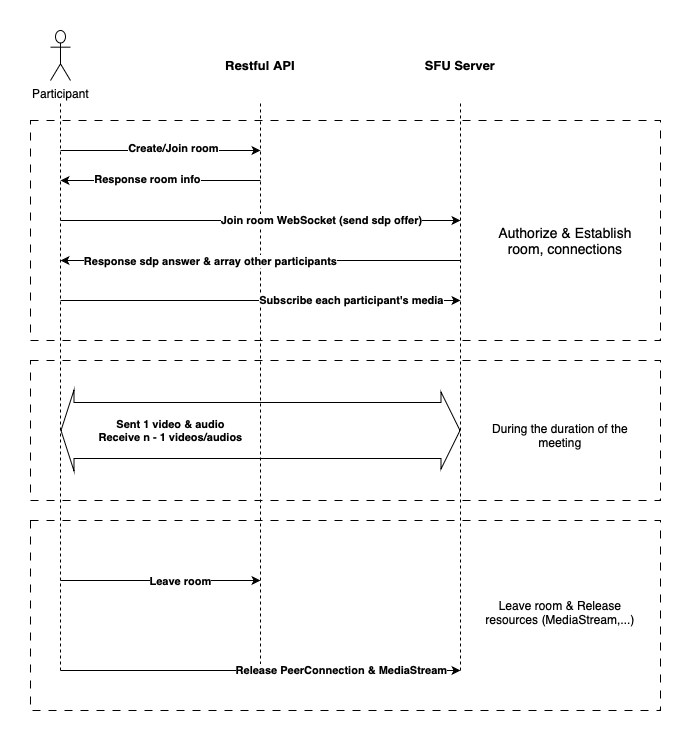
Above: screenshots/waterbus-diagram.png in waterbustech/waterbus (draw.io), before the change. Source tidied: cells renumbered, new cells last; positions are measured from the earlier drawing's top-left corner, leaving out a move shared by most shapes.
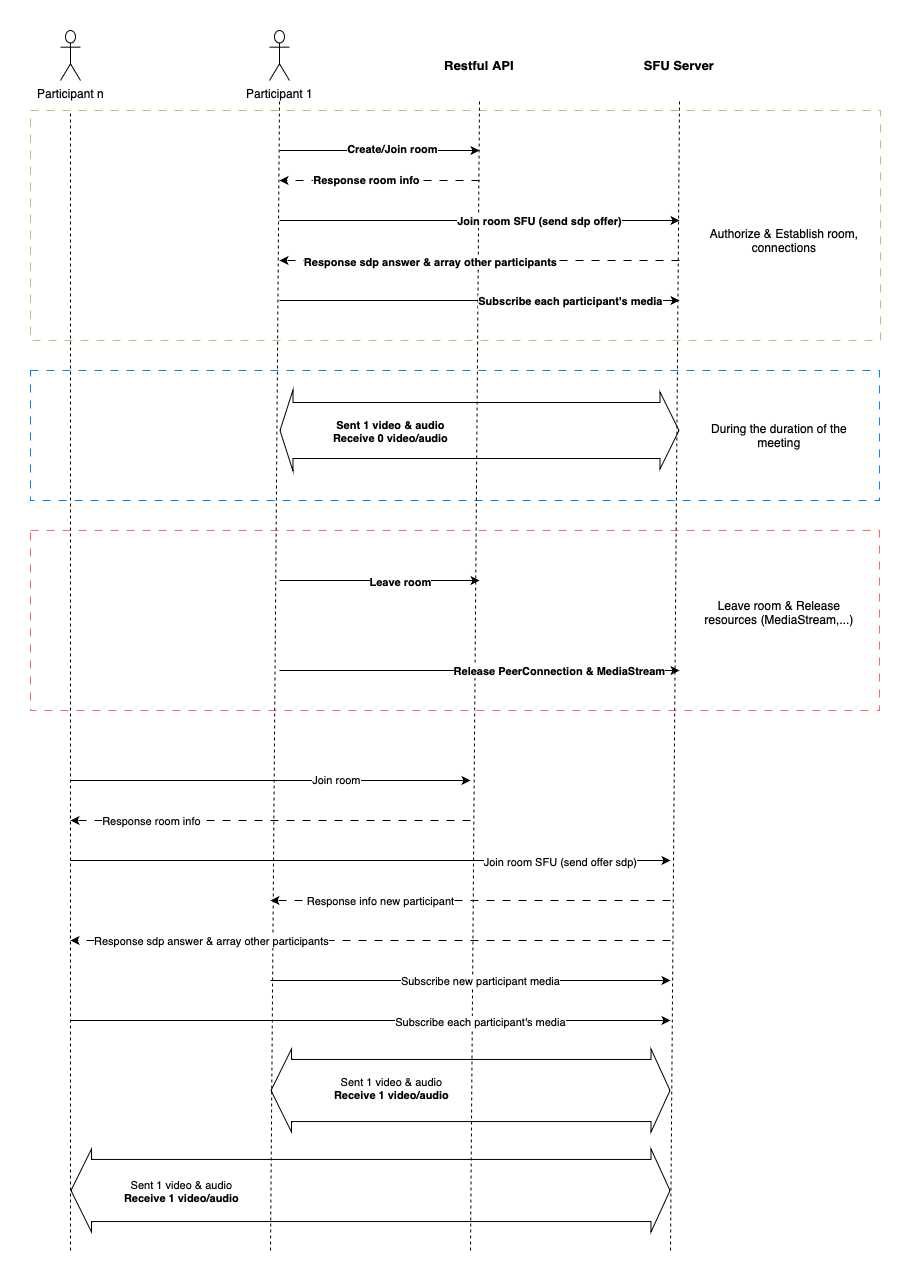
The same diagram one commit later.

The edit, as a diff of the source:
```diff
@@ -2,14 +2,14 @@
   <root>
     <mxCell id="0" />
     <mxCell id="1" parent="0" />
-    <mxCell id="2" style="rounded=0;whiteSpace=wrap;html=1;dashed=1;dashPattern=8 8;" parent="1" vertex="1">
-      <mxGeometry y="490" width="630" height="190" as="geometry" />
+    <mxCell id="2" style="rounded=0;whiteSpace=wrap;html=1;dashed=1;dashPattern=8 8;strokeColor=#FF6666;" parent="1" vertex="1">
+      <mxGeometry x="-219" y="500" width="849" height="180" as="geometry" />
     </mxCell>
-    <mxCell id="3" style="rounded=0;whiteSpace=wrap;html=1;dashed=1;dashPattern=8 8;" parent="1" vertex="1">
-      <mxGeometry y="330" width="630" height="140" as="geometry" />
+    <mxCell id="3" style="rounded=0;whiteSpace=wrap;html=1;dashed=1;dashPattern=8 8;strokeColor=#007FFF;" parent="1" vertex="1">
+      <mxGeometry x="-219" y="340" width="849" height="130" as="geometry" />
     </mxCell>
-    <mxCell id="4" style="rounded=0;whiteSpace=wrap;html=1;dashed=1;dashPattern=8 8;arcSize=0;" parent="1" vertex="1">
-      <mxGeometry y="90" width="630" height="220" as="geometry" />
+    <mxCell id="4" style="rounded=0;whiteSpace=wrap;html=1;dashed=1;dashPattern=8 8;arcSize=0;strokeColor=#97D077;" parent="1" vertex="1">
+      <mxGeometry x="-219" y="80" width="850" height="230" as="geometry" />
     </mxCell>
     <mxCell id="5" style="shape=flexArrow;endArrow=classic;startArrow=classic;html=1;rounded=0;width=56;startSize=4;startWidth=24;fontStyle=1;" parent="1" edge="1">
       <mxGeometry relative="1" as="geometry">
@@ -17,12 +17,12 @@
         <mxPoint x="430" y="400" as="targetPoint" />
       </mxGeometry>
     </mxCell>
-    <mxCell id="6" value="Sent 1 video &amp;amp; audio&lt;br&gt;Receive n - 1 videos/audios" style="edgeLabel;html=1;align=center;verticalAlign=middle;fontStyle=1;" parent="5" vertex="1">
+    <mxCell id="6" value="Sent 1 video &amp;amp; audio&lt;br&gt;Receive 0 video/audio" style="edgeLabel;html=1;align=center;verticalAlign=middle;fontStyle=1;" parent="5" vertex="1">
       <mxGeometry x="-0.46" y="12" relative="1" as="geometry">
         <mxPoint x="1" y="12" as="offset" />
       </mxGeometry>
     </mxCell>
-    <mxCell id="7" value="Participant" style="shape=umlActor;verticalLabelPosition=bottom;verticalAlign=top;html=1;" parent="1" vertex="1">
+    <mxCell id="7" value="Participant 1" style="shape=umlActor;verticalLabelPosition=bottom;verticalAlign=top;html=1;" parent="1" vertex="1">
       <mxGeometry x="20" width="20" height="50" as="geometry" />
     </mxCell>
     <mxCell id="8" value="Restful API" style="text;html=1;strokeColor=none;fillColor=none;align=center;verticalAlign=middle;whiteSpace=wrap;rounded=0;fontStyle=1;fontSize=13;" parent="1" vertex="1">
@@ -33,19 +33,19 @@
     </mxCell>
     <mxCell id="10" style="endArrow=none;dashed=1;html=1;rounded=0;" parent="1" edge="1">
       <mxGeometry relative="1" as="geometry">
-        <mxPoint x="30" y="640" as="sourcePoint" />
+        <mxPoint x="21" y="1220" as="sourcePoint" />
         <mxPoint x="30" y="70" as="targetPoint" />
       </mxGeometry>
     </mxCell>
     <mxCell id="11" style="endArrow=none;dashed=1;html=1;rounded=0;" parent="1" edge="1">
       <mxGeometry relative="1" as="geometry">
-        <mxPoint x="230" y="640" as="sourcePoint" />
+        <mxPoint x="221" y="1220" as="sourcePoint" />
         <mxPoint x="230" y="70" as="targetPoint" />
       </mxGeometry>
     </mxCell>
     <mxCell id="12" style="endArrow=none;dashed=1;html=1;rounded=0;" parent="1" edge="1">
       <mxGeometry relative="1" as="geometry">
-        <mxPoint x="430" y="640" as="sourcePoint" />
+        <mxPoint x="421" y="1220" as="sourcePoint" />
         <mxPoint x="430" y="70" as="targetPoint" />
       </mxGeometry>
     </mxCell>
@@ -58,7 +58,7 @@
     <mxCell id="14" value="Create/Join room" style="edgeLabel;html=1;align=center;verticalAlign=middle;fontStyle=1;" parent="13" vertex="1">
       <mxGeometry x="0.13" y="2" relative="1" as="geometry" />
     </mxCell>
-    <mxCell id="15" style="endArrow=classic;html=1;rounded=0;fontStyle=1;" parent="1" edge="1">
+    <mxCell id="15" style="endArrow=classic;html=1;rounded=0;fontStyle=1;dashed=1;dashPattern=8 8;" parent="1" edge="1">
       <mxGeometry relative="1" as="geometry">
         <mxPoint x="230" y="150" as="sourcePoint" />
         <mxPoint x="30" y="150" as="targetPoint" />
@@ -73,12 +73,12 @@
         <mxPoint x="430" y="190" as="targetPoint" />
       </mxGeometry>
     </mxCell>
-    <mxCell id="18" value="Join room WebSocket (send sdp offer)" style="edgeLabel;html=1;align=center;verticalAlign=middle;fontStyle=1;" parent="17" vertex="1">
+    <mxCell id="18" value="Join room SFU (send sdp offer)" style="edgeLabel;html=1;align=center;verticalAlign=middle;fontStyle=1;" parent="17" vertex="1">
       <mxGeometry x="0.49" relative="1" as="geometry">
         <mxPoint x="-39" as="offset" />
       </mxGeometry>
     </mxCell>
-    <mxCell id="19" style="endArrow=classic;html=1;rounded=0;fontStyle=1;" parent="1" edge="1">
+    <mxCell id="19" style="endArrow=classic;html=1;rounded=0;fontStyle=1;dashed=1;dashPattern=8 8;" parent="1" edge="1">
       <mxGeometry relative="1" as="geometry">
         <mxPoint x="430" y="230" as="sourcePoint" />
         <mxPoint x="30" y="230" as="targetPoint" />
@@ -120,7 +120,7 @@
         <mxPoint x="50" as="offset" />
       </mxGeometry>
     </mxCell>
-    <mxCell id="27" value="Authorize &amp;amp; Establish room, connections" style="text;html=1;strokeColor=none;fillColor=none;align=center;verticalAlign=middle;whiteSpace=wrap;rounded=0;fontSize=14;" parent="1" vertex="1">
+    <mxCell id="27" value="Authorize &amp;amp; Establish room, connections" style="text;html=1;strokeColor=none;fillColor=none;align=center;verticalAlign=middle;whiteSpace=wrap;rounded=0;fontSize=12;" parent="1" vertex="1">
       <mxGeometry x="450" y="120" width="170" height="180" as="geometry" />
     </mxCell>
     <mxCell id="28" value="During the duration of the meeting" style="text;html=1;strokeColor=none;fillColor=none;align=center;verticalAlign=middle;whiteSpace=wrap;rounded=0;" parent="1" vertex="1">
@@ -129,5 +129,111 @@
     <mxCell id="29" value="Leave room &amp;amp; Release resources (MediaStream,...)" style="text;html=1;strokeColor=none;fillColor=none;align=center;verticalAlign=middle;whiteSpace=wrap;rounded=0;" parent="1" vertex="1">
       <mxGeometry x="440" y="504" width="180" height="156" as="geometry" />
     </mxCell>
+    <mxCell id="30" value="Participant n" style="shape=umlActor;verticalLabelPosition=bottom;verticalAlign=top;html=1;" parent="1" vertex="1">
+      <mxGeometry x="-189" width="20" height="50" as="geometry" />
+    </mxCell>
+    <mxCell id="31" style="endArrow=none;dashed=1;html=1;rounded=0;" parent="1" edge="1">
+      <mxGeometry relative="1" as="geometry">
+        <mxPoint x="-179" y="1220" as="sourcePoint" />
+        <mxPoint x="-179" y="80" as="targetPoint" />
+      </mxGeometry>
+    </mxCell>
+    <mxCell id="32" style="endArrow=classic;html=1;rounded=0;" parent="1" edge="1">
+      <mxGeometry relative="1" as="geometry">
+        <mxPoint x="-179" y="750" as="sourcePoint" />
+        <mxPoint x="221" y="750" as="targetPoint" />
+      </mxGeometry>
+    </mxCell>
+    <mxCell id="33" value="Join room" style="edgeLabel;html=1;align=center;verticalAlign=middle;" parent="32" vertex="1">
+      <mxGeometry x="0.33" y="2" relative="1" as="geometry">
+        <mxPoint y="1" as="offset" />
+      </mxGeometry>
+    </mxCell>
+    <mxCell id="34" style="endArrow=classic;html=1;rounded=0;dashed=1;dashPattern=8 8;" parent="1" edge="1">
+      <mxGeometry relative="1" as="geometry">
+        <mxPoint x="221" y="790" as="sourcePoint" />
+        <mxPoint x="-179" y="790" as="targetPoint" />
+      </mxGeometry>
+    </mxCell>
+    <mxCell id="35" value="Response room info" style="edgeLabel;html=1;align=center;verticalAlign=middle;" parent="34" vertex="1">
+      <mxGeometry x="0.7" y="5" relative="1" as="geometry">
+        <mxPoint x="19" y="-5" as="offset" />
+      </mxGeometry>
+    </mxCell>
+    <mxCell id="36" style="endArrow=classic;html=1;rounded=0;" parent="1" edge="1">
+      <mxGeometry relative="1" as="geometry">
+        <mxPoint x="-179" y="830" as="sourcePoint" />
+        <mxPoint x="421" y="830" as="targetPoint" />
+      </mxGeometry>
+    </mxCell>
+    <mxCell id="37" value="Join room SFU (send offer sdp)" style="edgeLabel;html=1;align=center;verticalAlign=middle;" parent="36" vertex="1">
+      <mxGeometry x="0.06" y="-1" relative="1" as="geometry">
+        <mxPoint x="171" as="offset" />
+      </mxGeometry>
+    </mxCell>
+    <mxCell id="38" style="endArrow=classic;html=1;rounded=0;dashed=1;dashPattern=8 8;" parent="1" edge="1">
+      <mxGeometry relative="1" as="geometry">
+        <mxPoint x="421" y="870" as="sourcePoint" />
+        <mxPoint x="21" y="870" as="targetPoint" />
+      </mxGeometry>
+    </mxCell>
+    <mxCell id="39" value="Response info new participant" style="edgeLabel;html=1;align=center;verticalAlign=middle;" parent="38" vertex="1">
+      <mxGeometry x="0.72" relative="1" as="geometry">
+        <mxPoint x="54" as="offset" />
+      </mxGeometry>
+    </mxCell>
+    <mxCell id="40" style="endArrow=classic;html=1;rounded=0;dashed=1;dashPattern=8 8;" parent="1" edge="1">
+      <mxGeometry relative="1" as="geometry">
+        <mxPoint x="421" y="910" as="sourcePoint" />
+        <mxPoint x="-179" y="910" as="targetPoint" />
+      </mxGeometry>
+    </mxCell>
+    <mxCell id="41" value="Response sdp answer &amp;amp; array other participants" style="edgeLabel;html=1;align=center;verticalAlign=middle;" parent="40" vertex="1">
+      <mxGeometry x="0.78" relative="1" as="geometry">
+        <mxPoint x="73" as="offset" />
+      </mxGeometry>
+    </mxCell>
+    <mxCell id="42" style="endArrow=classic;html=1;rounded=0;" parent="1" edge="1">
+      <mxGeometry relative="1" as="geometry">
+        <mxPoint x="21" y="950" as="sourcePoint" />
+        <mxPoint x="421" y="950" as="targetPoint" />
+      </mxGeometry>
+    </mxCell>
+    <mxCell id="43" value="Subscribe new participant media" style="edgeLabel;html=1;align=center;verticalAlign=middle;" parent="42" vertex="1">
+      <mxGeometry x="0.14" y="-2" relative="1" as="geometry">
+        <mxPoint x="-19" y="-2" as="offset" />
+      </mxGeometry>
+    </mxCell>
+    <mxCell id="44" style="endArrow=classic;html=1;rounded=0;" parent="1" edge="1">
+      <mxGeometry relative="1" as="geometry">
+        <mxPoint x="-179" y="990" as="sourcePoint" />
+        <mxPoint x="421" y="990" as="targetPoint" />
+      </mxGeometry>
+    </mxCell>
+    <mxCell id="45" value="Subscribe each participant's media" style="edgeLabel;html=1;align=center;verticalAlign=middle;" parent="44" vertex="1">
+      <mxGeometry x="-0.18" y="-1" relative="1" as="geometry">
+        <mxPoint x="163" as="offset" />
+      </mxGeometry>
+    </mxCell>
+    <mxCell id="46" style="shape=flexArrow;endArrow=classic;startArrow=classic;html=1;rounded=0;width=62.10526315789474;startSize=6.505263157894737;" parent="1" edge="1">
+      <mxGeometry relative="1" as="geometry">
+        <mxPoint x="21" y="1060" as="sourcePoint" />
+        <mxPoint x="421" y="1060" as="targetPoint" />
+      </mxGeometry>
+    </mxCell>
+    <mxCell id="47" value="Sent 1 video &amp;amp; audio&lt;br style=&quot;border-color: var(--border-color); font-weight: 700;&quot;&gt;&lt;span style=&quot;font-weight: 700;&quot;&gt;Receive 1 video/audio&lt;/span&gt;" style="edgeLabel;html=1;align=center;verticalAlign=middle;" parent="46" vertex="1">
+      <mxGeometry x="-0.18" y="3" relative="1" as="geometry">
+        <mxPoint x="-44" as="offset" />
+      </mxGeometry>
+    </mxCell>
+    <mxCell id="48" style="shape=flexArrow;endArrow=classic;startArrow=classic;html=1;rounded=0;width=62.10526315789474;startSize=6.505263157894737;" parent="1" edge="1">
+      <mxGeometry relative="1" as="geometry">
+        <mxPoint x="-179" y="1160" as="sourcePoint" />
+        <mxPoint x="421" y="1160" as="targetPoint" />
+      </mxGeometry>
+    </mxCell>
+    <mxCell id="49" value="Sent 1 video &amp;amp; audio&lt;br style=&quot;border-color: var(--border-color); font-weight: 700;&quot;&gt;&lt;span style=&quot;font-weight: 700;&quot;&gt;Receive 1 video/audio&lt;/span&gt;" style="edgeLabel;html=1;align=center;verticalAlign=middle;" parent="1" vertex="1">
+      <mxGeometry x="-69" y="1160" as="geometry" />
+    </mxCell>
   </root>
 </mxGraphModel>
```
